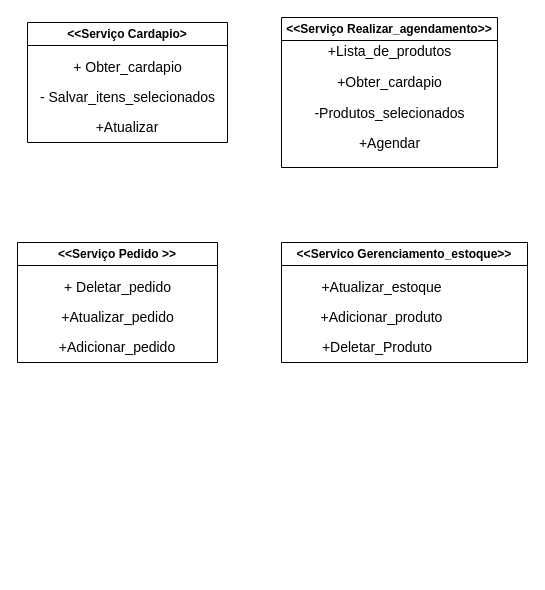
VitorHenriqueOC/Projeto_MacFei keeps this draw.io diagram as Diagramas_do_projeto/Operacoes_candidatas.drawio. Above is the earlier version. Source tidied: cells renumbered, new cells numbered last; positions are measured from the earlier drawing's top-left corner, leaving out a move shared by most shapes. Both pictures are drawn from the tidied source at 100%, with x=0, y=0 at pixel (17, 17).
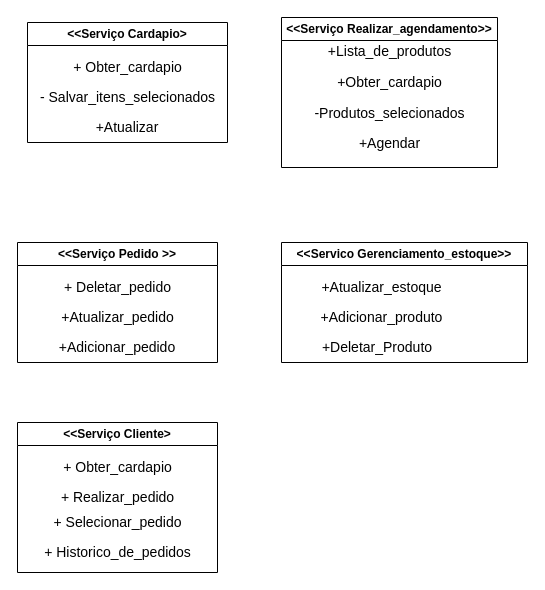
The same diagram, later.

What changed in the source:
```diff
@@
+    <mxCell id="16" value="&amp;lt;&amp;lt;Serviço Cliente&amp;gt;" style="swimlane;whiteSpace=wrap;html=1;" parent="1" vertex="1">
+      <mxGeometry y="405" width="200" height="150" as="geometry" />
+    </mxCell>
+    <mxCell id="17" value="&lt;font style=&quot;font-size: 14px;&quot;&gt;+ Obter_cardapio&lt;/font&gt;" style="text;html=1;align=center;verticalAlign=middle;strokeColor=none;fillColor=none;" parent="16" vertex="1">
+      <mxGeometry x="35" y="30" width="130" height="30" as="geometry" />
+    </mxCell>
+    <mxCell id="18" value="&lt;font style=&quot;font-size: 14px;&quot;&gt;+ Realizar_pedido&lt;/font&gt;" style="text;html=1;align=center;verticalAlign=middle;strokeColor=none;fillColor=none;" parent="16" vertex="1">
+      <mxGeometry x="30" y="60" width="140" height="30" as="geometry" />
+    </mxCell>
+    <mxCell id="19" value="&lt;font style=&quot;font-size: 14px;&quot;&gt;+ Selecionar_pedido&lt;/font&gt;" style="text;html=1;align=center;verticalAlign=middle;strokeColor=none;fillColor=none;" parent="16" vertex="1">
+      <mxGeometry x="25" y="85" width="150" height="30" as="geometry" />
+    </mxCell>
+    <mxCell id="20" value="&lt;font style=&quot;font-size: 14px;&quot;&gt;+ Historico_de_pedidos&lt;/font&gt;" style="text;html=1;align=center;verticalAlign=middle;strokeColor=none;fillColor=none;" parent="16" vertex="1">
+      <mxGeometry x="15" y="115" width="170" height="30" as="geometry" />
+    </mxCell>
```
